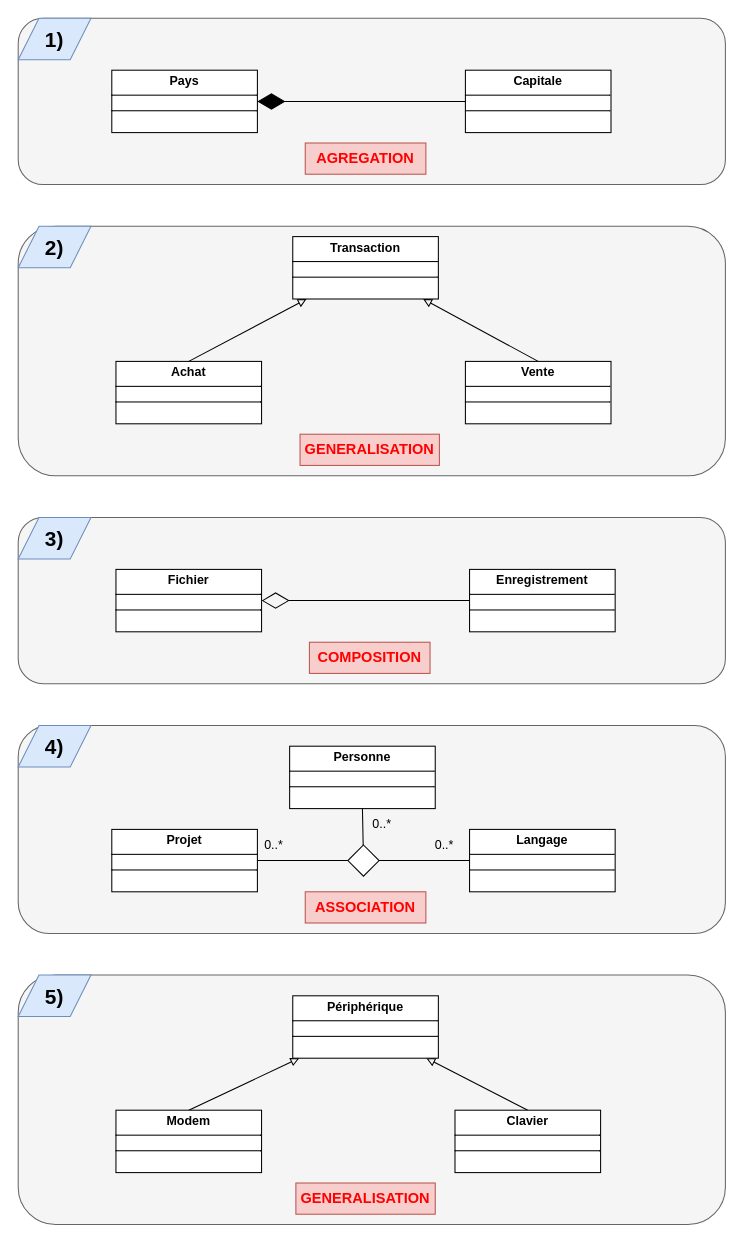
This is TP2/TP_2_UML_Exercice_3.drawio from Mzk-Ali/EXO_M2I_UML, a draw.io file, before an edit. Source tidied: cells renumbered, new cells numbered last; positions are measured from the earlier drawing's top-left corner, leaving out a move shared by most shapes. Both pictures are drawn from the tidied source at 104%, with x=0, y=0 at pixel (18, 18).
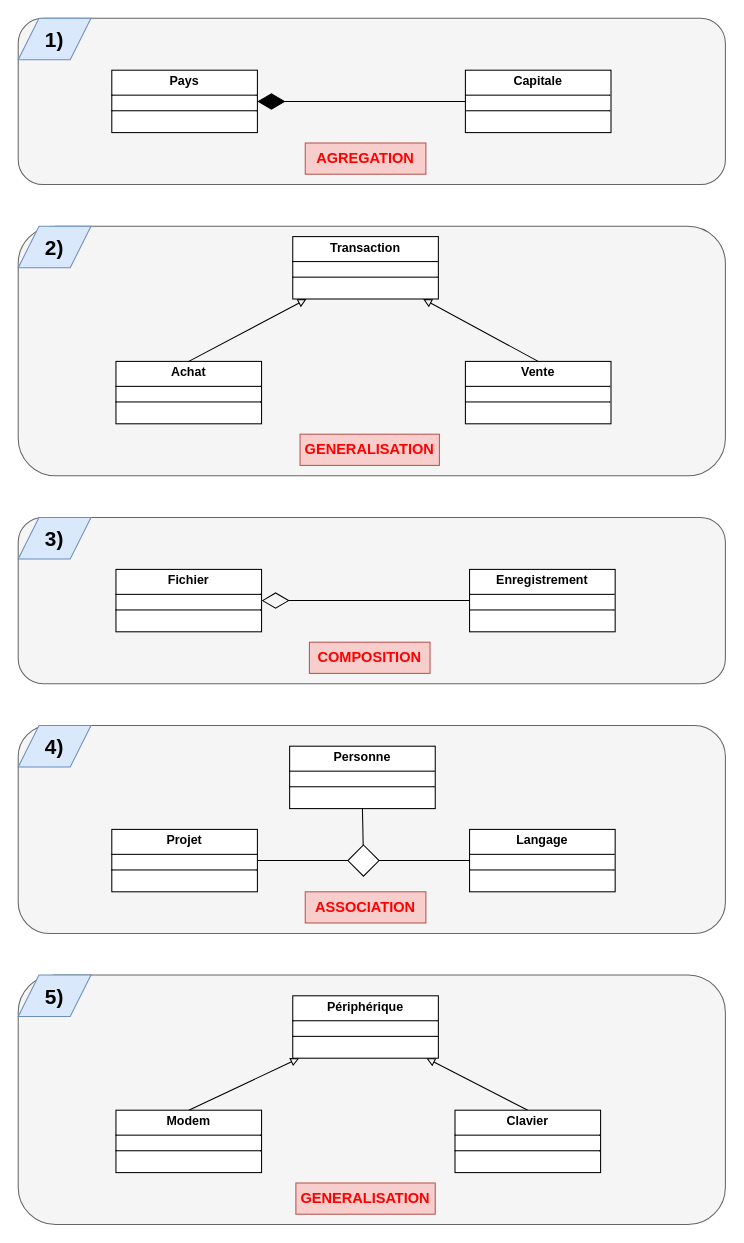
The same diagram, later.

Commit message:
Mettre à jour TP_2_UML_Exercice_3.drawio

What changed in the source:
```diff
@@
-    <mxCell id="40" value="0..*" style="text;html=1;align=center;verticalAlign=middle;whiteSpace=wrap;rounded=0;" parent="1" vertex="1">
-      <mxGeometry x="380" y="780" width="60" height="30" as="geometry" />
-    </mxCell>
-    <mxCell id="41" value="0..*" style="text;html=1;align=center;verticalAlign=middle;whiteSpace=wrap;rounded=0;" parent="1" vertex="1">
-      <mxGeometry x="216" y="780" width="60" height="30" as="geometry" />
-    </mxCell>
-    <mxCell id="42" value="0..*" style="text;html=1;align=center;verticalAlign=middle;whiteSpace=wrap;rounded=0;" parent="1" vertex="1">
-      <mxGeometry x="320" y="760" width="60" height="30" as="geometry" />
-    </mxCell>
```
